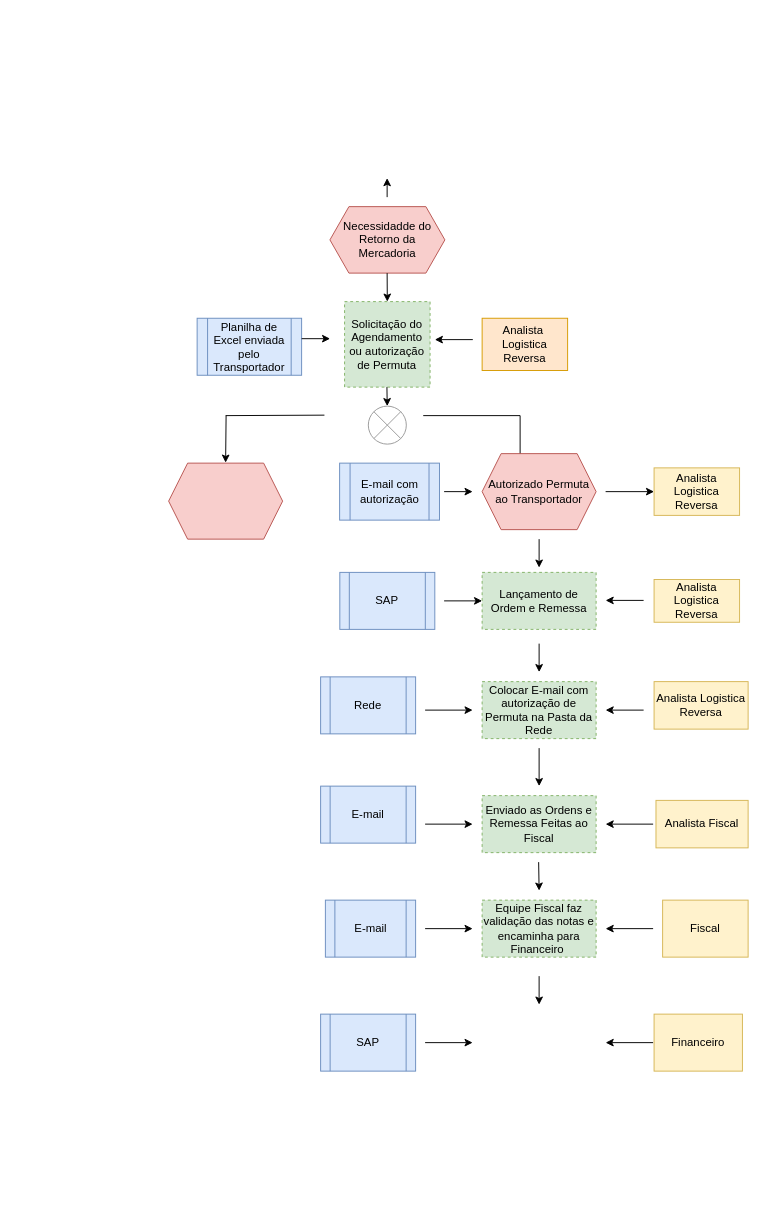
This is page "Page-1" (1 of 2) of Untitled Diagram.drawio from Camila1445/205154, a draw.io file, before an edit. Source tidied: cells renumbered, new cells numbered last; positions are measured from the earlier drawing's top-left corner, leaving out a move shared by most shapes. Both pictures are drawn from the tidied source at 95%, with x=0, y=0 at pixel (168, 178).
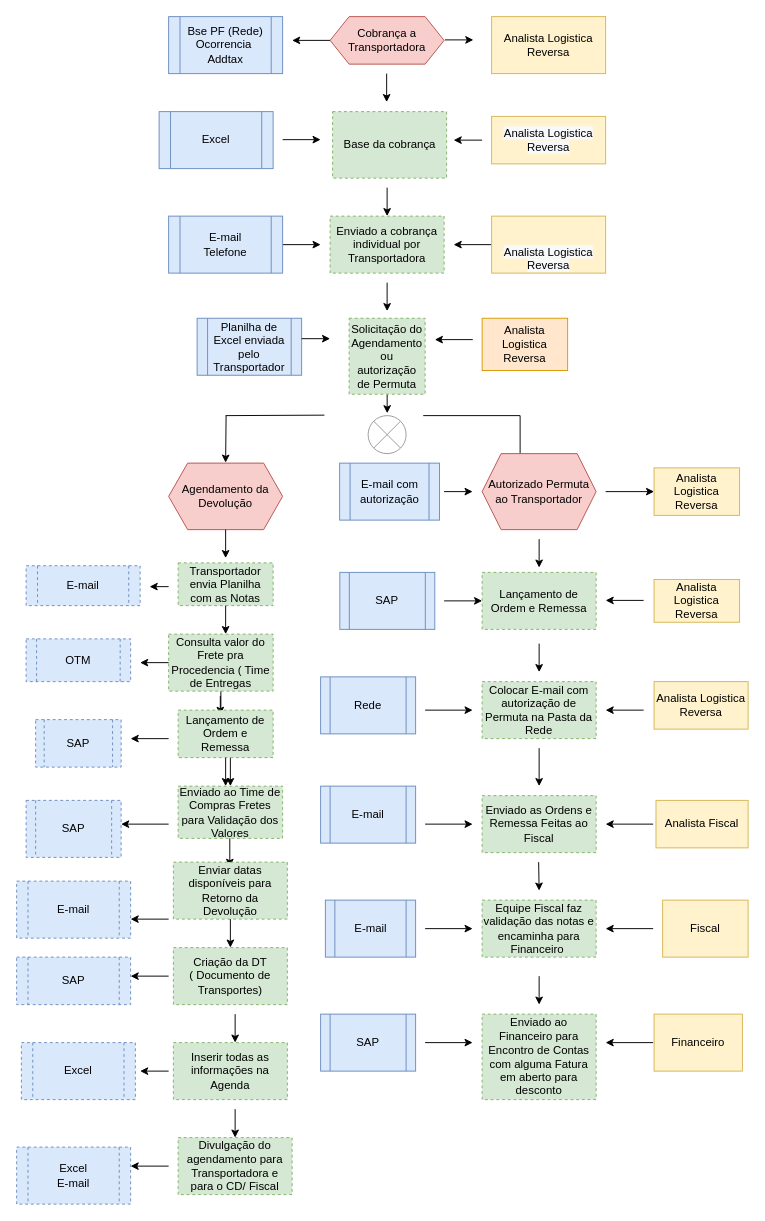
The same page after the edit.

Change to the diagram source:
```diff
@@
-    <mxCell id="2" value="Analista&amp;nbsp; Logistica Reversa" style="rounded=0;whiteSpace=wrap;html=1;fillColor=#ffe6cc;strokeColor=#d79b00;" parent="1" vertex="1">
+    <mxCell id="2" value="Analista Logistica Reversa" style="rounded=0;whiteSpace=wrap;html=1;fillColor=#ffe6cc;strokeColor=#d79b00;" parent="1" vertex="1">
       <mxGeometry x="330" y="147.5" width="90" height="55" as="geometry" />
     </mxCell>
@@
-    <mxCell id="4" value="Necessidadde do Retorno da Mercadoria" style="shape=hexagon;perimeter=hexagonPerimeter2;whiteSpace=wrap;html=1;fixedSize=1;fillColor=#f8cecc;strokeColor=#b85450;" parent="1" vertex="1">
-      <mxGeometry x="169.8" y="30" width="121" height="70" as="geometry" />
-    </mxCell>
     <mxCell id="5" value="Solicitação do Agendamento ou autorização de Permuta" style="whiteSpace=wrap;html=1;dashed=1;fillColor=#d5e8d4;strokeColor=#82b366;" parent="1" vertex="1">
-      <mxGeometry x="185.2" y="130" width="90" height="90" as="geometry" />
+      <mxGeometry x="190" y="147.5" width="80" height="80" as="geometry" />
     </mxCell>
@@
-    <mxCell id="8" style="endArrow=classic;html=1;rounded=0;entryX=0.5;entryY=0;entryDx=0;entryDy=0;" parent="1" edge="1" target="5">
-      <mxGeometry relative="1" as="geometry">
-        <mxPoint x="230" y="100" as="sourcePoint" />
-      </mxGeometry>
-    </mxCell>
     <mxCell id="9" style="endArrow=classic;html=1;rounded=0;" parent="1" edge="1">
       <mxGeometry relative="1" as="geometry">
-        <mxPoint x="229.8" y="220" as="sourcePoint" />
-        <mxPoint x="229.8" y="240" as="targetPoint" />
+        <mxPoint x="230" y="228" as="sourcePoint" />
+        <mxPoint x="229.8" y="247.5" as="targetPoint" />
         <Array as="points">
-          <mxPoint x="230.1" y="240" />
+          <mxPoint x="230.1" y="247.5" />
         </Array>
       </mxGeometry>
     </mxCell>
     <mxCell id="10" style="shape=sumEllipse;perimeter=ellipsePerimeter;whiteSpace=wrap;html=1;backgroundOutline=1;strokeColor=#999999;" parent="1" vertex="1">
-      <mxGeometry x="210.2" y="240" width="40" height="40" as="geometry" />
+      <mxGeometry x="210" y="250" width="40" height="40" as="geometry" />
     </mxCell>
@@
-    <mxCell id="15" style="shape=hexagon;perimeter=hexagonPerimeter2;whiteSpace=wrap;html=1;fixedSize=1;strokeColor=#b85450;fillColor=#f8cecc;" parent="1" vertex="1">
-      <mxGeometry y="300" width="120" height="80" as="geometry" />
+    <mxCell id="15" value="Agendamento da Devolução" style="shape=hexagon;perimeter=hexagonPerimeter2;whiteSpace=wrap;html=1;fixedSize=1;strokeColor=#b85450;fillColor=#f8cecc;" parent="1" vertex="1">
+      <mxGeometry y="300" width="120" height="70" as="geometry" />
     </mxCell>
@@
-    <mxCell id="50" style="endArrow=classic;html=1;rounded=0;" parent="1" edge="1">
-      <mxGeometry relative="1" as="geometry">
-        <mxPoint x="230" y="20" as="sourcePoint" />
-        <mxPoint x="230" as="targetPoint" />
-      </mxGeometry>
-    </mxCell>
+    <mxCell id="51" value="Cobrança a Transportadora" style="shape=hexagon;perimeter=hexagonPerimeter2;whiteSpace=wrap;html=1;fixedSize=1;fillColor=#f8cecc;strokeColor=#b85450;" parent="1" vertex="1">
+      <mxGeometry x="170" y="-170" width="120" height="50" as="geometry" />
+    </mxCell>
+    <mxCell id="52" style="endArrow=classic;html=1;rounded=0;" parent="1" edge="1">
+      <mxGeometry relative="1" as="geometry">
+        <mxPoint x="290.8" y="-145.5" as="sourcePoint" />
+        <mxPoint x="320.8" y="-145.5" as="targetPoint" />
+      </mxGeometry>
+    </mxCell>
+    <mxCell id="53" style="endArrow=classic;html=1;rounded=0;exitX=0;exitY=0.5;exitDx=0;exitDy=0;" parent="1" edge="1" source="51">
+      <mxGeometry relative="1" as="geometry">
+        <mxPoint x="130" y="-145" as="targetPoint" />
+      </mxGeometry>
+    </mxCell>
+    <mxCell id="54" value="Bse PF (Rede)&lt;br&gt;Ocorrencia&amp;nbsp;&lt;br&gt;Addtax&lt;br&gt;" style="shape=process;whiteSpace=wrap;html=1;backgroundOutline=1;fillColor=#dae8fc;strokeColor=#6c8ebf;" parent="1" vertex="1">
+      <mxGeometry y="-170" width="120" height="60" as="geometry" />
+    </mxCell>
+    <mxCell id="55" value="&lt;span&gt;Analista Logistica Reversa&lt;/span&gt;" style="rounded=0;whiteSpace=wrap;html=1;fillColor=#fff2cc;strokeColor=#d6b656;" parent="1" vertex="1">
+      <mxGeometry x="340" y="-170" width="120" height="60" as="geometry" />
+    </mxCell>
+    <mxCell id="56" style="endArrow=classic;html=1;rounded=0;" parent="1" edge="1">
+      <mxGeometry relative="1" as="geometry">
+        <mxPoint x="229.5" y="-110" as="sourcePoint" />
+        <mxPoint x="229.5" y="-80" as="targetPoint" />
+      </mxGeometry>
+    </mxCell>
+    <mxCell id="57" value="Base da cobrança" style="rounded=0;whiteSpace=wrap;html=1;dashed=1;fillColor=#d5e8d4;strokeColor=#82b366;" parent="1" vertex="1">
+      <mxGeometry x="172.6" y="-70" width="120" height="70" as="geometry" />
+    </mxCell>
+    <mxCell id="58" style="endArrow=classic;html=1;rounded=0;" parent="1" edge="1">
+      <mxGeometry relative="1" as="geometry">
+        <mxPoint x="230" y="110" as="sourcePoint" />
+        <mxPoint x="230" y="140" as="targetPoint" />
+      </mxGeometry>
+    </mxCell>
+    <mxCell id="59" style="endArrow=classic;html=1;rounded=0;" parent="1" edge="1">
+      <mxGeometry relative="1" as="geometry">
+        <mxPoint x="120" y="-40.5" as="sourcePoint" />
+        <mxPoint x="160" y="-40.5" as="targetPoint" />
+      </mxGeometry>
+    </mxCell>
+    <mxCell id="60" value="&#10;&#10;&lt;span style=&quot;color: rgb(0, 0, 0); font-family: helvetica; font-size: 12px; font-style: normal; font-weight: 400; letter-spacing: normal; text-align: center; text-indent: 0px; text-transform: none; word-spacing: 0px; background-color: rgb(248, 249, 250); display: inline; float: none;&quot;&gt;Analista Logistica Reversa&lt;/span&gt;&#10;&#10;" style="rounded=0;whiteSpace=wrap;html=1;fillColor=#fff2cc;strokeColor=#d6b656;" parent="1" vertex="1">
+      <mxGeometry x="340" y="-65" width="120" height="50" as="geometry" />
+    </mxCell>
+    <mxCell id="61" value="Excel" style="shape=process;whiteSpace=wrap;html=1;backgroundOutline=1;fillColor=#dae8fc;strokeColor=#6c8ebf;" parent="1" vertex="1">
+      <mxGeometry x="-10" y="-70" width="120" height="60" as="geometry" />
+    </mxCell>
+    <mxCell id="62" style="endArrow=classic;html=1;rounded=0;" parent="1" edge="1">
+      <mxGeometry relative="1" as="geometry">
+        <mxPoint x="330" y="-40" as="sourcePoint" />
+        <mxPoint x="300" y="-40" as="targetPoint" />
+      </mxGeometry>
+    </mxCell>
+    <mxCell id="63" style="endArrow=classic;html=1;rounded=0;" parent="1" edge="1">
+      <mxGeometry relative="1" as="geometry">
+        <mxPoint x="230" y="10" as="sourcePoint" />
+        <mxPoint x="230" y="40" as="targetPoint" />
+      </mxGeometry>
+    </mxCell>
+    <mxCell id="64" value="Enviado a cobrança individual por Transportadora" style="rounded=0;whiteSpace=wrap;html=1;dashed=1;fillColor=#d5e8d4;strokeColor=#82b366;" parent="1" vertex="1">
+      <mxGeometry x="170" y="40" width="120" height="60" as="geometry" />
+    </mxCell>
+    <mxCell id="65" style="endArrow=classic;html=1;rounded=0;" parent="1" edge="1">
+      <mxGeometry relative="1" as="geometry">
+        <mxPoint x="340" y="70" as="sourcePoint" />
+        <mxPoint x="300" y="70" as="targetPoint" />
+      </mxGeometry>
+    </mxCell>
+    <mxCell id="66" style="endArrow=classic;html=1;rounded=0;" parent="1" edge="1">
+      <mxGeometry relative="1" as="geometry">
+        <mxPoint x="120" y="70" as="sourcePoint" />
+        <mxPoint x="160" y="70" as="targetPoint" />
+      </mxGeometry>
+    </mxCell>
+    <mxCell id="67" value="&lt;br&gt;&lt;br&gt;&lt;br style=&quot;color: rgb(0 , 0 , 0) ; font-family: &amp;#34;helvetica&amp;#34; ; font-size: 12px ; font-style: normal ; font-weight: 400 ; letter-spacing: normal ; text-align: center ; text-indent: 0px ; text-transform: none ; word-spacing: 0px ; background-color: rgb(248 , 249 , 250)&quot;&gt;&lt;span style=&quot;color: rgb(0 , 0 , 0) ; font-size: 12px ; font-style: normal ; font-weight: 400 ; letter-spacing: normal ; text-align: center ; text-indent: 0px ; text-transform: none ; word-spacing: 0px ; font-family: &amp;#34;helvetica&amp;#34; ; background-color: rgb(248 , 249 , 250) ; display: inline ; float: none&quot;&gt;Analista Logistica Reversa&lt;/span&gt;&lt;br style=&quot;color: rgb(0 , 0 , 0) ; font-family: &amp;#34;helvetica&amp;#34; ; font-size: 12px ; font-style: normal ; font-weight: 400 ; letter-spacing: normal ; text-align: center ; text-indent: 0px ; text-transform: none ; word-spacing: 0px ; background-color: rgb(248 , 249 , 250)&quot;&gt;&lt;br&gt;" style="rounded=0;whiteSpace=wrap;html=1;fillColor=#fff2cc;strokeColor=#d6b656;" parent="1" vertex="1">
+      <mxGeometry x="340" y="40" width="120" height="60" as="geometry" />
+    </mxCell>
+    <mxCell id="68" value="E-mail&lt;br&gt;Telefone" style="shape=process;whiteSpace=wrap;html=1;backgroundOutline=1;fillColor=#dae8fc;strokeColor=#6c8ebf;" parent="1" vertex="1">
+      <mxGeometry y="40" width="120" height="60" as="geometry" />
+    </mxCell>
+    <mxCell id="69" style="endArrow=classic;html=1;rounded=0;exitX=0.5;exitY=1;exitDx=0;exitDy=0;" parent="1" edge="1" source="15">
+      <mxGeometry relative="1" as="geometry">
+        <mxPoint x="60" y="400" as="targetPoint" />
+      </mxGeometry>
+    </mxCell>
+    <mxCell id="70" value="Transportador envia Planilha com as Notas" style="rounded=0;whiteSpace=wrap;html=1;dashed=1;fillColor=#d5e8d4;strokeColor=#82b366;" parent="1" vertex="1">
+      <mxGeometry x="10" y="405" width="100" height="45" as="geometry" />
+    </mxCell>
+    <mxCell id="71" style="endArrow=classic;html=1;rounded=0;exitX=0.5;exitY=1;exitDx=0;exitDy=0;" parent="1" edge="1" source="70">
+      <mxGeometry relative="1" as="geometry">
+        <mxPoint x="60" y="480" as="targetPoint" />
+      </mxGeometry>
+    </mxCell>
+    <mxCell id="72" style="edgeStyle=orthogonalEdgeStyle;rounded=0;jettySize=auto;html=1;" parent="1" edge="1" source="73" target="83">
+      <mxGeometry relative="1" as="geometry" />
+    </mxCell>
+    <mxCell id="73" value="Consulta valor do Frete pra Procedencia ( Time de Entregas" style="rounded=0;whiteSpace=wrap;html=1;dashed=1;fillColor=#d5e8d4;strokeColor=#82b366;" parent="1" vertex="1">
+      <mxGeometry y="480" width="110" height="60" as="geometry" />
+    </mxCell>
+    <mxCell id="74" style="endArrow=classic;html=1;rounded=0;" parent="1" edge="1">
+      <mxGeometry relative="1" as="geometry">
+        <mxPoint y="430" as="sourcePoint" />
+        <mxPoint x="-20" y="430" as="targetPoint" />
+      </mxGeometry>
+    </mxCell>
+    <mxCell id="75" value="E-mail" style="shape=process;whiteSpace=wrap;html=1;backgroundOutline=1;dashed=1;fillColor=#dae8fc;strokeColor=#6c8ebf;" parent="1" vertex="1">
+      <mxGeometry x="-150" y="408" width="120" height="42" as="geometry" />
+    </mxCell>
+    <mxCell id="76" style="endArrow=classic;html=1;rounded=0;exitX=0;exitY=0.5;exitDx=0;exitDy=0;" parent="1" edge="1" source="73">
+      <mxGeometry relative="1" as="geometry">
+        <mxPoint x="-30" y="510" as="targetPoint" />
+      </mxGeometry>
+    </mxCell>
+    <mxCell id="77" value="OTM" style="shape=process;whiteSpace=wrap;html=1;backgroundOutline=1;dashed=1;fillColor=#dae8fc;strokeColor=#6c8ebf;" parent="1" vertex="1">
+      <mxGeometry x="-150" y="485" width="110" height="45" as="geometry" />
+    </mxCell>
+    <mxCell id="78" style="endArrow=classic;html=1;rounded=0;" parent="1" edge="1">
+      <mxGeometry relative="1" as="geometry">
+        <mxPoint x="54.4" y="545" as="sourcePoint" />
+        <mxPoint x="54.4" y="565" as="targetPoint" />
+        <Array as="points">
+          <mxPoint x="54.4" y="565" />
+        </Array>
+      </mxGeometry>
+    </mxCell>
+    <mxCell id="79" value="Lançamento de Ordem e Remessa" style="rounded=0;whiteSpace=wrap;html=1;dashed=1;fillColor=#d5e8d4;strokeColor=#82b366;" parent="1" vertex="1">
+      <mxGeometry x="10" y="560" width="100" height="50" as="geometry" />
+    </mxCell>
+    <mxCell id="80" style="endArrow=classic;html=1;rounded=0;" parent="1" edge="1">
+      <mxGeometry relative="1" as="geometry">
+        <mxPoint y="590" as="sourcePoint" />
+        <mxPoint x="-40" y="590" as="targetPoint" />
+      </mxGeometry>
+    </mxCell>
+    <mxCell id="81" value="SAP" style="shape=process;whiteSpace=wrap;html=1;backgroundOutline=1;dashed=1;fillColor=#dae8fc;strokeColor=#6c8ebf;" parent="1" vertex="1">
+      <mxGeometry x="-140" y="570" width="90" height="50" as="geometry" />
+    </mxCell>
+    <mxCell id="82" style="endArrow=classic;html=1;rounded=0;exitX=0.5;exitY=1;exitDx=0;exitDy=0;" parent="1" edge="1" source="79">
+      <mxGeometry relative="1" as="geometry">
+        <mxPoint x="60" y="640" as="targetPoint" />
+      </mxGeometry>
+    </mxCell>
+    <mxCell id="83" value="Enviado ao Time de Compras Fretes para Validação dos Valores" style="rounded=0;whiteSpace=wrap;html=1;dashed=1;fillColor=#d5e8d4;strokeColor=#82b366;" parent="1" vertex="1">
+      <mxGeometry x="10" y="640" width="110" height="55" as="geometry" />
+    </mxCell>
+    <mxCell id="84" style="endArrow=classic;html=1;rounded=0;" parent="1" edge="1">
+      <mxGeometry relative="1" as="geometry">
+        <mxPoint y="680" as="sourcePoint" />
+        <mxPoint x="-50" y="680" as="targetPoint" />
+      </mxGeometry>
+    </mxCell>
+    <mxCell id="85" value="SAP" style="shape=process;whiteSpace=wrap;html=1;backgroundOutline=1;dashed=1;fillColor=#dae8fc;strokeColor=#6c8ebf;" parent="1" vertex="1">
+      <mxGeometry x="-150" y="655" width="100" height="60" as="geometry" />
+    </mxCell>
+    <mxCell id="86" style="endArrow=classic;html=1;rounded=0;" parent="1" edge="1">
+      <mxGeometry relative="1" as="geometry">
+        <mxPoint x="64.4" y="695" as="sourcePoint" />
+        <mxPoint x="64.4" y="725" as="targetPoint" />
+      </mxGeometry>
+    </mxCell>
+    <mxCell id="87" value="Enviar datas disponíveis para Retorno da Devolução" style="rounded=0;whiteSpace=wrap;html=1;dashed=1;fillColor=#d5e8d4;strokeColor=#82b366;" parent="1" vertex="1">
+      <mxGeometry x="5" y="720" width="120" height="60" as="geometry" />
+    </mxCell>
+    <mxCell id="88" style="endArrow=classic;html=1;rounded=0;" parent="1" edge="1">
+      <mxGeometry relative="1" as="geometry">
+        <mxPoint y="780" as="sourcePoint" />
+        <mxPoint x="-40" y="780" as="targetPoint" />
+      </mxGeometry>
+    </mxCell>
+    <mxCell id="89" value="E-mail" style="shape=process;whiteSpace=wrap;html=1;backgroundOutline=1;dashed=1;fillColor=#dae8fc;strokeColor=#6c8ebf;" parent="1" vertex="1">
+      <mxGeometry x="-160" y="740" width="120" height="60" as="geometry" />
+    </mxCell>
+    <mxCell id="90" value="Criação da DT &lt;br&gt;( Documento de Transportes)" style="rounded=0;whiteSpace=wrap;html=1;dashed=1;fillColor=#d5e8d4;strokeColor=#82b366;" parent="1" vertex="1">
+      <mxGeometry x="5" y="810" width="120" height="60" as="geometry" />
+    </mxCell>
+    <mxCell id="91" value="Enviado ao Financeiro para Encontro de Contas com alguma Fatura em aberto para desconto" style="rounded=0;whiteSpace=wrap;html=1;dashed=1;fillColor=#d5e8d4;strokeColor=#82b366;" parent="1" vertex="1">
+      <mxGeometry x="330" y="880" width="120" height="90" as="geometry" />
+    </mxCell>
+    <mxCell id="92" style="endArrow=classic;html=1;rounded=0;exitX=0.5;exitY=1;exitDx=0;exitDy=0;" parent="1" edge="1" source="87">
+      <mxGeometry relative="1" as="geometry">
+        <mxPoint x="65" y="810" as="targetPoint" />
+      </mxGeometry>
+    </mxCell>
+    <mxCell id="93" style="endArrow=classic;html=1;rounded=0;" parent="1" edge="1">
+      <mxGeometry relative="1" as="geometry">
+        <mxPoint y="840" as="sourcePoint" />
+        <mxPoint x="-40" y="840" as="targetPoint" />
+      </mxGeometry>
+    </mxCell>
+    <mxCell id="94" value="SAP" style="shape=process;whiteSpace=wrap;html=1;backgroundOutline=1;dashed=1;fillColor=#dae8fc;strokeColor=#6c8ebf;" parent="1" vertex="1">
+      <mxGeometry x="-160" y="820" width="120" height="50" as="geometry" />
+    </mxCell>
+    <mxCell id="95" style="endArrow=classic;html=1;rounded=0;" parent="1" edge="1">
+      <mxGeometry relative="1" as="geometry">
+        <mxPoint x="70" y="880" as="sourcePoint" />
+        <mxPoint x="70" y="910" as="targetPoint" />
+      </mxGeometry>
+    </mxCell>
+    <mxCell id="96" value="Inserir todas as informações na Agenda" style="rounded=0;whiteSpace=wrap;html=1;dashed=1;fillColor=#d5e8d4;strokeColor=#82b366;" parent="1" vertex="1">
+      <mxGeometry x="5" y="910" width="120" height="60" as="geometry" />
+    </mxCell>
+    <mxCell id="97" style="endArrow=classic;html=1;rounded=0;" parent="1" edge="1">
+      <mxGeometry relative="1" as="geometry">
+        <mxPoint y="940" as="sourcePoint" />
+        <mxPoint x="-30" y="940" as="targetPoint" />
+      </mxGeometry>
+    </mxCell>
+    <mxCell id="98" value="Excel" style="shape=process;whiteSpace=wrap;html=1;backgroundOutline=1;dashed=1;fillColor=#dae8fc;strokeColor=#6c8ebf;" parent="1" vertex="1">
+      <mxGeometry x="-155" y="910" width="120" height="60" as="geometry" />
+    </mxCell>
+    <mxCell id="99" style="endArrow=classic;html=1;rounded=0;" parent="1" edge="1">
+      <mxGeometry relative="1" as="geometry">
+        <mxPoint x="70" y="980" as="sourcePoint" />
+        <mxPoint x="70" y="1010" as="targetPoint" />
+      </mxGeometry>
+    </mxCell>
+    <mxCell id="100" value="Divulgação do agendamento para Transportadora e para o CD/ Fiscal" style="rounded=0;whiteSpace=wrap;html=1;dashed=1;fillColor=#d5e8d4;strokeColor=#82b366;" parent="1" vertex="1">
+      <mxGeometry x="10" y="1010" width="120" height="60" as="geometry" />
+    </mxCell>
+    <mxCell id="101" style="endArrow=classic;html=1;rounded=0;" parent="1" edge="1">
+      <mxGeometry relative="1" as="geometry">
+        <mxPoint y="1040" as="sourcePoint" />
+        <mxPoint x="-40" y="1040" as="targetPoint" />
+      </mxGeometry>
+    </mxCell>
+    <mxCell id="102" value="Excel&lt;br&gt;E-mail" style="shape=process;whiteSpace=wrap;html=1;backgroundOutline=1;dashed=1;fillColor=#dae8fc;strokeColor=#6c8ebf;" parent="1" vertex="1">
+      <mxGeometry x="-160" y="1020" width="120" height="60" as="geometry" />
+    </mxCell>
```
